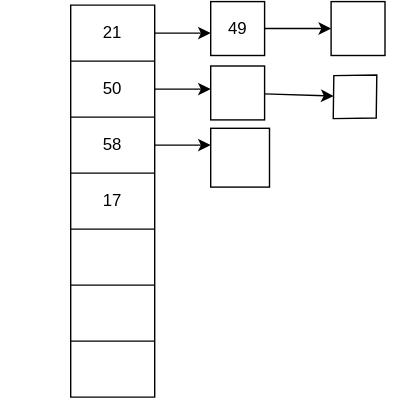
Above: hashing/documention/chaining.drawio.svg in ratanlalmourya/geeksforgeeks (draw.io), before the change. Source tidied: cells renumbered, new cells last; positions are measured from the earlier drawing's top-left corner, leaving out a move shared by most shapes.
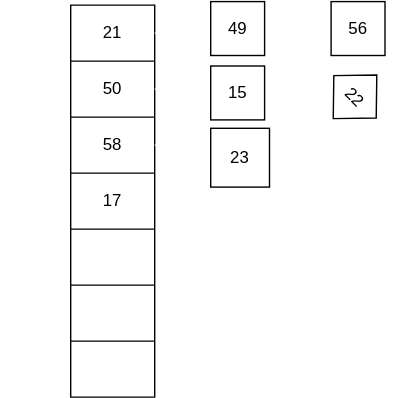
The same diagram one commit later.

Change to the diagram source:
```diff
@@ -68,40 +68,40 @@
     <mxCell id="23" value="6" style="text;html=1;strokeColor=none;fillColor=none;align=center;verticalAlign=middle;whiteSpace=wrap;rounded=0;fontColor=#FFFFFF;" parent="1" vertex="1">
       <mxGeometry y="247" width="60" height="30" as="geometry" />
     </mxCell>
-    <mxCell id="24" style="edgeStyle=none;html=1;exitX=1;exitY=0.5;exitDx=0;exitDy=0;fontColor=#FFFFFF;" parent="1" edge="1" source="5">
+    <mxCell id="24" style="edgeStyle=none;html=1;exitX=1;exitY=0.5;exitDx=0;exitDy=0;fontColor=#FFFFFF;strokeColor=#FFFFFF;" parent="1" edge="1" source="5">
       <mxGeometry relative="1" as="geometry">
         <mxPoint x="150" y="62" as="targetPoint" />
       </mxGeometry>
     </mxCell>
-    <mxCell id="25" style="edgeStyle=none;html=1;fontColor=#FFFFFF;" parent="1" edge="1" source="26" target="31">
+    <mxCell id="25" style="edgeStyle=none;html=1;fontColor=#FFFFFF;strokeColor=#FFFFFF;" parent="1" edge="1" source="26" target="31">
       <mxGeometry relative="1" as="geometry" />
     </mxCell>
-    <mxCell id="26" value="15" style="whiteSpace=wrap;html=1;strokeColor=default;fontColor=#FFFFFF;fillColor=none;" parent="1" vertex="1">
+    <mxCell id="26" value="15" style="whiteSpace=wrap;html=1;strokeColor=default;fontColor=#000000;fillColor=#FFFFFF;labelBorderColor=none;labelBackgroundColor=none;" parent="1" vertex="1">
       <mxGeometry x="150" y="45.5" width="38.5" height="38.5" as="geometry" />
     </mxCell>
-    <mxCell id="27" style="edgeStyle=none;html=1;exitX=1;exitY=0.5;exitDx=0;exitDy=0;fontColor=#FFFFFF;" parent="1" edge="1" source="3">
+    <mxCell id="27" style="edgeStyle=none;html=1;exitX=1;exitY=0.5;exitDx=0;exitDy=0;fontColor=#FFFFFF;strokeColor=#FFFFFF;" parent="1" edge="1" source="3">
       <mxGeometry relative="1" as="geometry">
         <mxPoint x="150" y="22" as="targetPoint" />
       </mxGeometry>
     </mxCell>
-    <mxCell id="28" style="edgeStyle=none;html=1;fontColor=#FFFFFF;" parent="1" edge="1" source="29" target="30">
+    <mxCell id="28" style="edgeStyle=none;html=1;fontColor=#FFFFFF;strokeColor=#FFFFFF;" parent="1" edge="1" source="29" target="30">
       <mxGeometry relative="1" as="geometry" />
     </mxCell>
     <mxCell id="29" value="49" style="whiteSpace=wrap;html=1;strokeColor=default;fontColor=#000000;fillColor=#FFFFFF;labelBorderColor=none;labelBackgroundColor=none;" parent="1" vertex="1">
       <mxGeometry x="150" y="-0.5" width="38.5" height="38.5" as="geometry" />
     </mxCell>
-    <mxCell id="30" value="56" style="whiteSpace=wrap;html=1;strokeColor=default;fontColor=#FFFFFF;fillColor=none;" parent="1" vertex="1">
+    <mxCell id="30" value="56" style="whiteSpace=wrap;html=1;strokeColor=default;fontColor=#000000;fillColor=#FFFFFF;labelBorderColor=none;labelBackgroundColor=none;" parent="1" vertex="1">
       <mxGeometry x="236" y="-0.5" width="38.5" height="38.5" as="geometry" />
     </mxCell>
-    <mxCell id="31" value="22" style="rhombus;whiteSpace=wrap;html=1;fillColor=none;fontColor=#FFFFFF;strokeColor=default;rotation=45;" parent="1" vertex="1">
+    <mxCell id="31" value="22" style="rhombus;whiteSpace=wrap;html=1;fillColor=#FFFFFF;fontColor=#000000;strokeColor=default;rotation=45;labelBorderColor=none;labelBackgroundColor=none;" parent="1" vertex="1">
       <mxGeometry x="231.7" y="45.5" width="42.8" height="44" as="geometry" />
     </mxCell>
-    <mxCell id="32" style="edgeStyle=none;html=1;exitX=1;exitY=0.5;exitDx=0;exitDy=0;fontColor=#FFFFFF;" parent="1" edge="1" source="7">
+    <mxCell id="32" style="edgeStyle=none;html=1;exitX=1;exitY=0.5;exitDx=0;exitDy=0;fontColor=#FFFFFF;strokeColor=#FFFFFF;" parent="1" edge="1" source="7">
       <mxGeometry relative="1" as="geometry">
         <mxPoint x="150" y="102" as="targetPoint" />
       </mxGeometry>
     </mxCell>
-    <mxCell id="33" value="23" style="whiteSpace=wrap;html=1;strokeColor=default;fontColor=#FFFFFF;fillColor=none;" parent="1" vertex="1">
+    <mxCell id="33" value="23" style="whiteSpace=wrap;html=1;strokeColor=default;fontColor=#000000;fillColor=#FFFFFF;labelBorderColor=none;labelBackgroundColor=none;" parent="1" vertex="1">
       <mxGeometry x="150" y="90" width="42" height="42" as="geometry" />
     </mxCell>
   </root>
```
